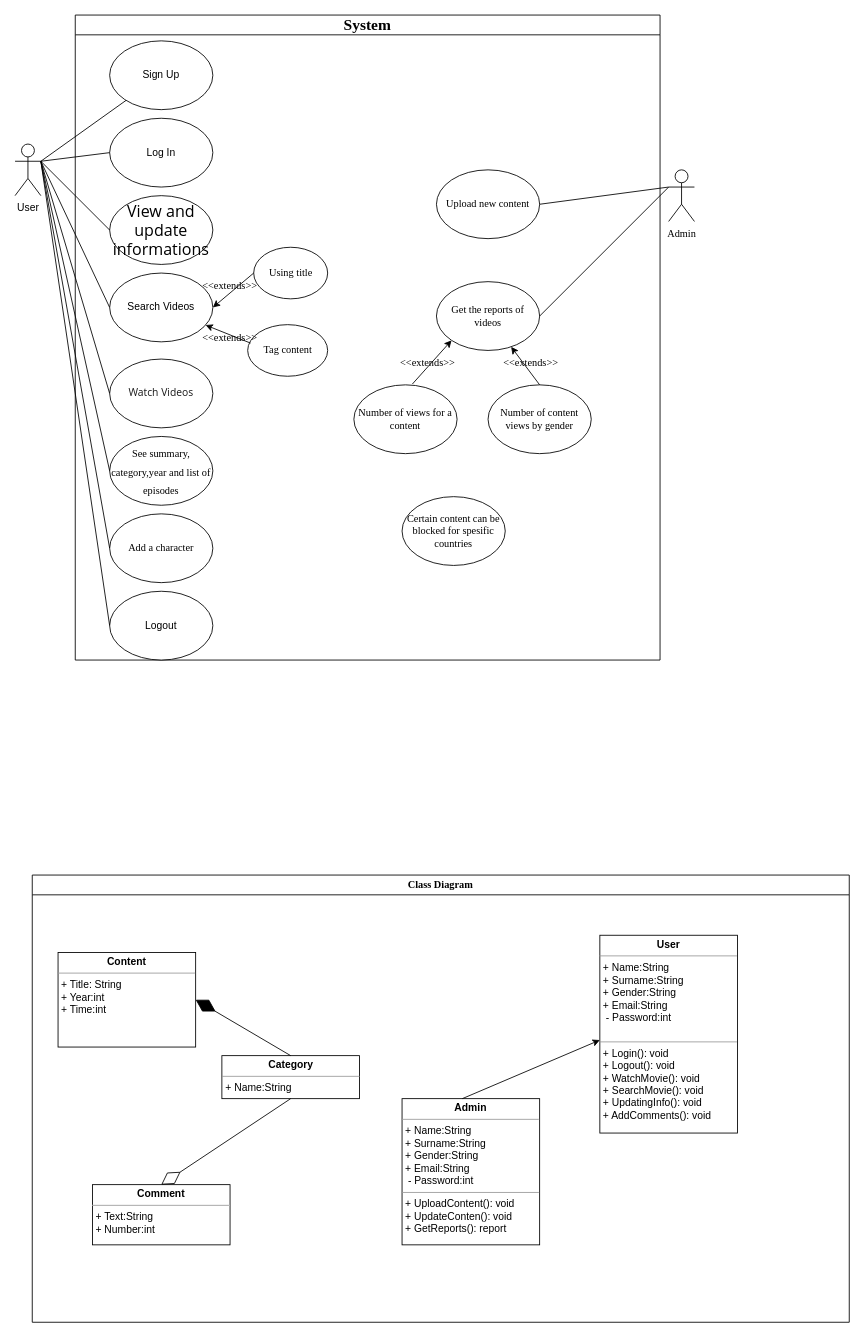
This is Untitled Diagram.drawio from bsryzr/bsryzr, a draw.io file, before an edit. Source tidied: cells renumbered, new cells numbered last; positions are measured from the earlier drawing's top-left corner, leaving out a move shared by most shapes. Both pictures are drawn from the tidied source at 86%, with x=0, y=0 at pixel (15, 15).
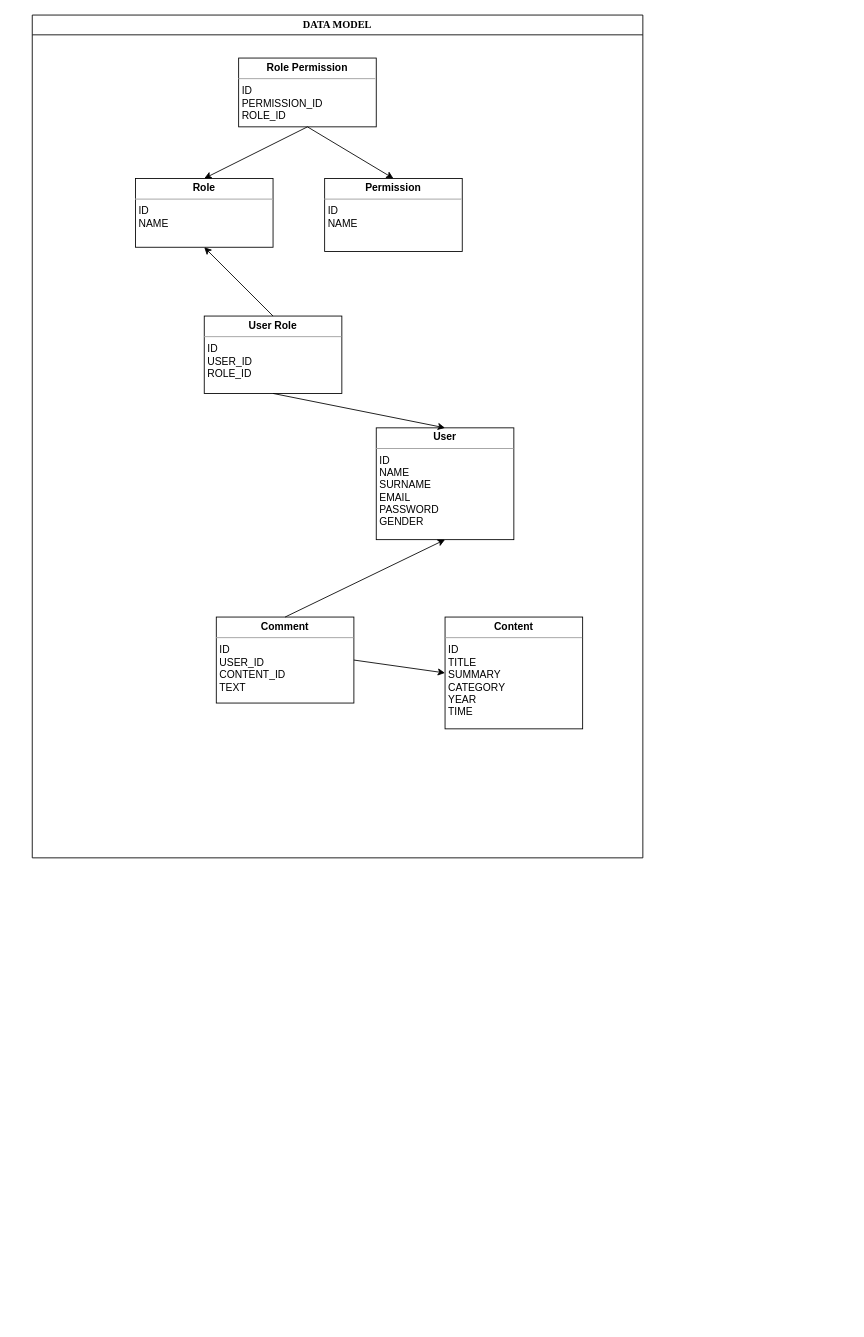
The same diagram, later.

What changed in the source:
```diff
@@
-    <mxCell id="2" value="User" style="shape=umlActor;verticalLabelPosition=bottom;verticalAlign=top;html=1;" parent="1" vertex="1">
-      <mxGeometry y="150" width="30" height="60" as="geometry" />
-    </mxCell>
-    <mxCell id="3" value="&lt;font style=&quot;font-size: 18px;&quot; face=&quot;Times New Roman&quot;&gt;System&lt;/font&gt;" style="swimlane;whiteSpace=wrap;html=1;fontSize=12;" parent="1" vertex="1">
-      <mxGeometry x="70" width="680" height="750" as="geometry" />
-    </mxCell>
-    <mxCell id="4" value="Sign Up" style="ellipse;whiteSpace=wrap;html=1;" parent="3" vertex="1">
-      <mxGeometry x="40" y="30" width="120" height="80" as="geometry" />
-    </mxCell>
-    <mxCell id="5" value="Log In" style="ellipse;whiteSpace=wrap;html=1;" parent="3" vertex="1">
-      <mxGeometry x="40" y="120" width="120" height="80" as="geometry" />
-    </mxCell>
-    <mxCell id="6" value="&lt;span style=&quot;font-size:14.0pt;line-height:&lt;br/&gt;107%;font-family:&amp;quot;Segoe UI&amp;quot;,sans-serif;mso-fareast-font-family:&amp;quot;Times New Roman&amp;quot;;&lt;br/&gt;color:#171717;mso-ansi-language:EN-GB;mso-fareast-language:EN-GB;mso-bidi-language:&lt;br/&gt;AR-SA&quot; lang=&quot;EN-GB&quot;&gt;View and update informations&lt;/span&gt;" style="ellipse;whiteSpace=wrap;html=1;" parent="3" vertex="1">
-      <mxGeometry x="40" y="210" width="120" height="80" as="geometry" />
-    </mxCell>
-    <mxCell id="7" value="&lt;font style=&quot;font-size: 12px;&quot;&gt;See summary, category,year and list of episodes&lt;br&gt;&lt;/font&gt;" style="ellipse;whiteSpace=wrap;html=1;fontFamily=Times New Roman;fontSize=18;" parent="3" vertex="1">
-      <mxGeometry x="40" y="490" width="120" height="80" as="geometry" />
-    </mxCell>
-    <mxCell id="8" value="Logout" style="ellipse;whiteSpace=wrap;html=1;" parent="3" vertex="1">
-      <mxGeometry x="40" y="670" width="120" height="80" as="geometry" />
-    </mxCell>
-    <mxCell id="9" value="Add a character" style="ellipse;whiteSpace=wrap;html=1;fontFamily=Times New Roman;fontSize=12;" parent="3" vertex="1">
-      <mxGeometry x="40" y="580" width="120" height="80" as="geometry" />
-    </mxCell>
-    <mxCell id="10" value="&lt;div&gt;Search Videos&lt;/div&gt;" style="ellipse;whiteSpace=wrap;html=1;" parent="3" vertex="1">
-      <mxGeometry x="40" y="300" width="120" height="80" as="geometry" />
-    </mxCell>
-    <mxCell id="11" value="&lt;font face=&quot;Segoe UI, sans-serif&quot; color=&quot;#171717&quot;&gt;&lt;span style=&quot;font-size: 12px;&quot;&gt;Watch Videos&lt;/span&gt;&lt;/font&gt;" style="ellipse;whiteSpace=wrap;html=1;fontSize=8;" parent="3" vertex="1">
-      <mxGeometry x="40" y="400" width="120" height="80" as="geometry" />
-    </mxCell>
-    <mxCell id="12" value="Upload new content" style="ellipse;whiteSpace=wrap;html=1;fontFamily=Times New Roman;fontSize=12;" parent="3" vertex="1">
-      <mxGeometry x="420" y="180" width="120" height="80" as="geometry" />
-    </mxCell>
-    <mxCell id="13" value="Get the reports of videos" style="ellipse;whiteSpace=wrap;html=1;fontFamily=Times New Roman;fontSize=12;" parent="3" vertex="1">
-      <mxGeometry x="420" y="310" width="120" height="80" as="geometry" />
-    </mxCell>
-    <mxCell id="14" style="endArrow=none;html=1;rounded=0;fontFamily=Times New Roman;fontSize=12;exitX=1;exitY=0.5;exitDx=0;exitDy=0;" parent="3" edge="1" source="13">
-      <mxGeometry relative="1" as="geometry">
-        <mxPoint x="690" y="200" as="targetPoint" />
-      </mxGeometry>
-    </mxCell>
-    <mxCell id="15" style="endArrow=none;html=1;rounded=0;fontFamily=Times New Roman;fontSize=12;exitX=1;exitY=0.5;exitDx=0;exitDy=0;" parent="3" edge="1" source="12">
-      <mxGeometry relative="1" as="geometry">
-        <mxPoint x="690" y="200" as="targetPoint" />
-      </mxGeometry>
-    </mxCell>
-    <mxCell id="16" value="Number of content views by gender" style="ellipse;whiteSpace=wrap;html=1;fontFamily=Times New Roman;fontSize=12;" parent="3" vertex="1">
-      <mxGeometry x="480" y="430" width="120" height="80" as="geometry" />
-    </mxCell>
-    <mxCell id="17" value="Number of views for a content" style="ellipse;whiteSpace=wrap;html=1;fontFamily=Times New Roman;fontSize=12;" parent="3" vertex="1">
-      <mxGeometry x="324" y="430" width="120" height="80" as="geometry" />
-    </mxCell>
-    <mxCell id="18" style="endArrow=classic;html=1;rounded=0;fontFamily=Times New Roman;fontSize=12;exitX=0.567;exitY=-0.012;exitDx=0;exitDy=0;exitPerimeter=0;entryX=0;entryY=1;entryDx=0;entryDy=0;" parent="3" edge="1" source="17" target="13">
-      <mxGeometry relative="1" as="geometry" />
-    </mxCell>
-    <mxCell id="19" style="endArrow=classic;html=1;rounded=0;fontFamily=Times New Roman;fontSize=12;exitX=0.5;exitY=0;exitDx=0;exitDy=0;" parent="3" edge="1" source="16" target="13">
-      <mxGeometry relative="1" as="geometry" />
-    </mxCell>
-    <mxCell id="20" value="&amp;lt;&amp;lt;extends&amp;gt;&amp;gt;" style="text;html=1;strokeColor=none;fillColor=none;align=center;verticalAlign=middle;whiteSpace=wrap;rounded=0;fontFamily=Times New Roman;fontSize=12;" parent="3" vertex="1">
-      <mxGeometry x="380" y="390" width="60" height="30" as="geometry" />
-    </mxCell>
-    <mxCell id="21" value="&amp;lt;&amp;lt;extends&amp;gt;&amp;gt;" style="text;html=1;strokeColor=none;fillColor=none;align=center;verticalAlign=middle;whiteSpace=wrap;rounded=0;fontFamily=Times New Roman;fontSize=12;" parent="3" vertex="1">
-      <mxGeometry x="500" y="390" width="60" height="30" as="geometry" />
-    </mxCell>
-    <mxCell id="22" value="Certain content can be blocked for spesific countries" style="ellipse;whiteSpace=wrap;html=1;fontFamily=Times New Roman;fontSize=12;" parent="3" vertex="1">
-      <mxGeometry x="380" y="560" width="120" height="80" as="geometry" />
-    </mxCell>
-    <mxCell id="23" value="Using title" style="ellipse;whiteSpace=wrap;html=1;fontFamily=Times New Roman;fontSize=12;" parent="3" vertex="1">
-      <mxGeometry x="207.5" y="270" width="86" height="60" as="geometry" />
-    </mxCell>
-    <mxCell id="24" value="Tag content" style="ellipse;whiteSpace=wrap;html=1;fontFamily=Times New Roman;fontSize=12;" parent="3" vertex="1">
-      <mxGeometry x="200.5" y="360" width="93" height="60" as="geometry" />
-    </mxCell>
-    <mxCell id="25" style="endArrow=classic;html=1;rounded=0;fontFamily=Times New Roman;fontSize=12;exitX=0;exitY=0.5;exitDx=0;exitDy=0;entryX=1;entryY=0.5;entryDx=0;entryDy=0;" parent="3" edge="1" source="23" target="10">
-      <mxGeometry relative="1" as="geometry" />
-    </mxCell>
-    <mxCell id="26" style="endArrow=classic;html=1;rounded=0;fontFamily=Times New Roman;fontSize=12;exitX=0.035;exitY=0.357;exitDx=0;exitDy=0;exitPerimeter=0;" parent="3" edge="1" source="24" target="10">
-      <mxGeometry relative="1" as="geometry" />
-    </mxCell>
-    <mxCell id="27" value="&amp;lt;&amp;lt;extends&amp;gt;&amp;gt;" style="text;html=1;strokeColor=none;fillColor=none;align=center;verticalAlign=middle;whiteSpace=wrap;rounded=0;fontFamily=Times New Roman;fontSize=12;" parent="3" vertex="1">
-      <mxGeometry x="150" y="300" width="60" height="30" as="geometry" />
-    </mxCell>
-    <mxCell id="28" value="&amp;lt;&amp;lt;extends&amp;gt;&amp;gt;" style="text;html=1;strokeColor=none;fillColor=none;align=center;verticalAlign=middle;whiteSpace=wrap;rounded=0;fontFamily=Times New Roman;fontSize=12;" parent="3" vertex="1">
-      <mxGeometry x="150" y="360" width="60" height="30" as="geometry" />
-    </mxCell>
-    <mxCell id="29" value="Admin" style="shape=umlActor;verticalLabelPosition=bottom;verticalAlign=top;html=1;fontFamily=Times New Roman;fontSize=12;" parent="1" vertex="1">
-      <mxGeometry x="760" y="180" width="30" height="60" as="geometry" />
-    </mxCell>
-    <mxCell id="30" style="endArrow=none;html=1;rounded=0;fontFamily=Times New Roman;fontSize=12;" parent="1" edge="1" target="4">
-      <mxGeometry relative="1" as="geometry">
-        <mxPoint x="30" y="170" as="sourcePoint" />
-      </mxGeometry>
-    </mxCell>
-    <mxCell id="31" style="endArrow=none;html=1;rounded=0;fontFamily=Times New Roman;fontSize=12;entryX=0;entryY=0.5;entryDx=0;entryDy=0;" parent="1" edge="1" target="6">
-      <mxGeometry relative="1" as="geometry">
-        <mxPoint x="30" y="170" as="sourcePoint" />
-      </mxGeometry>
-    </mxCell>
-    <mxCell id="32" style="endArrow=none;html=1;rounded=0;fontFamily=Times New Roman;fontSize=12;entryX=0;entryY=0.5;entryDx=0;entryDy=0;" parent="1" edge="1" target="10">
-      <mxGeometry x="-0.66" y="-46" relative="1" as="geometry">
-        <mxPoint x="30" y="170" as="sourcePoint" />
-      </mxGeometry>
-    </mxCell>
-    <mxCell id="33" style="endArrow=none;html=1;rounded=0;fontFamily=Times New Roman;fontSize=12;entryX=0;entryY=0.5;entryDx=0;entryDy=0;" parent="1" edge="1" target="11">
-      <mxGeometry relative="1" as="geometry">
-        <mxPoint x="30" y="170" as="sourcePoint" />
-      </mxGeometry>
-    </mxCell>
-    <mxCell id="34" style="endArrow=none;html=1;rounded=0;fontFamily=Times New Roman;fontSize=12;entryX=0;entryY=0.5;entryDx=0;entryDy=0;" parent="1" edge="1" target="5">
-      <mxGeometry relative="1" as="geometry">
-        <mxPoint x="30" y="170" as="sourcePoint" />
-      </mxGeometry>
-    </mxCell>
-    <mxCell id="35" style="endArrow=none;html=1;rounded=0;fontFamily=Times New Roman;fontSize=12;entryX=0;entryY=0.5;entryDx=0;entryDy=0;" parent="1" edge="1" target="7">
-      <mxGeometry relative="1" as="geometry">
-        <mxPoint x="30" y="170" as="sourcePoint" />
-      </mxGeometry>
-    </mxCell>
-    <mxCell id="36" style="endArrow=none;html=1;rounded=0;fontFamily=Times New Roman;fontSize=12;entryX=0;entryY=0.5;entryDx=0;entryDy=0;" parent="1" edge="1" target="9">
-      <mxGeometry relative="1" as="geometry">
-        <mxPoint x="30" y="170" as="sourcePoint" />
-      </mxGeometry>
-    </mxCell>
-    <mxCell id="37" style="endArrow=none;html=1;rounded=0;fontFamily=Times New Roman;fontSize=12;entryX=0;entryY=0.5;entryDx=0;entryDy=0;" parent="1" edge="1" target="8">
-      <mxGeometry relative="1" as="geometry">
-        <mxPoint x="30" y="170" as="sourcePoint" />
-      </mxGeometry>
-    </mxCell>
-    <mxCell id="38" value="Class Diagram" style="swimlane;whiteSpace=wrap;html=1;fontFamily=Times New Roman;fontSize=12;" parent="1" vertex="1">
-      <mxGeometry x="20" y="1000" width="950" height="520" as="geometry" />
-    </mxCell>
-    <mxCell id="39" value="&lt;p style=&quot;margin:0px;margin-top:4px;text-align:center;&quot;&gt;&lt;b&gt;Content&lt;/b&gt;&lt;/p&gt;&lt;hr size=&quot;1&quot;&gt;&lt;p style=&quot;margin:0px;margin-left:4px;&quot;&gt;+ Title: String&lt;/p&gt;&lt;p style=&quot;margin:0px;margin-left:4px;&quot;&gt;+ Year:int&lt;/p&gt;&lt;p style=&quot;margin:0px;margin-left:4px;&quot;&gt;+ Time:int&lt;/p&gt;&lt;p style=&quot;margin:0px;margin-left:4px;&quot;&gt;&lt;br&gt;&lt;/p&gt;" style="verticalAlign=top;align=left;overflow=fill;fontSize=12;fontFamily=Helvetica;html=1;" parent="38" vertex="1">
-      <mxGeometry x="30" y="90" width="160" height="110" as="geometry" />
-    </mxCell>
-    <mxCell id="40" value="&lt;p style=&quot;margin:0px;margin-top:4px;text-align:center;&quot;&gt;&lt;b&gt;Category&lt;/b&gt;&lt;/p&gt;&lt;hr size=&quot;1&quot;&gt;&lt;p style=&quot;margin:0px;margin-left:4px;&quot;&gt;+ Name:String&lt;/p&gt;&lt;hr size=&quot;1&quot;&gt;&lt;p style=&quot;margin:0px;margin-left:4px;&quot;&gt;&lt;br&gt;&lt;/p&gt;" style="verticalAlign=top;align=left;overflow=fill;fontSize=12;fontFamily=Helvetica;html=1;" parent="38" vertex="1">
-      <mxGeometry x="220.5" y="210" width="160" height="50" as="geometry" />
-    </mxCell>
-    <mxCell id="41" style="endArrow=diamondThin;endFill=1;endSize=24;html=1;rounded=0;fontFamily=Times New Roman;fontSize=12;exitX=0.5;exitY=0;exitDx=0;exitDy=0;entryX=1;entryY=0.5;entryDx=0;entryDy=0;" parent="38" edge="1" source="40" target="39">
-      <mxGeometry relative="1" as="geometry" />
-    </mxCell>
-    <mxCell id="42" value="&lt;p style=&quot;margin:0px;margin-top:4px;text-align:center;&quot;&gt;&lt;b&gt;Comment&lt;/b&gt;&lt;/p&gt;&lt;hr size=&quot;1&quot;&gt;&lt;p style=&quot;margin:0px;margin-left:4px;&quot;&gt;+ Text:String&lt;/p&gt;&lt;p style=&quot;margin:0px;margin-left:4px;&quot;&gt;+ Number:int&lt;/p&gt;" style="verticalAlign=top;align=left;overflow=fill;fontSize=12;fontFamily=Helvetica;html=1;" parent="38" vertex="1">
-      <mxGeometry x="70" y="360" width="160" height="70" as="geometry" />
-    </mxCell>
-    <mxCell id="43" style="endArrow=diamondThin;endFill=0;endSize=24;html=1;rounded=0;fontFamily=Times New Roman;fontSize=12;entryX=0.5;entryY=0;entryDx=0;entryDy=0;exitX=0.5;exitY=1;exitDx=0;exitDy=0;" parent="38" edge="1" source="40" target="42">
-      <mxGeometry relative="1" as="geometry" />
-    </mxCell>
-    <mxCell id="44" value="&lt;p style=&quot;margin:0px;margin-top:4px;text-align:center;&quot;&gt;&lt;b&gt;User&lt;/b&gt;&lt;/p&gt;&lt;hr size=&quot;1&quot;&gt;&lt;p style=&quot;margin:0px;margin-left:4px;&quot;&gt;+ Name:String&lt;/p&gt;&lt;p style=&quot;margin:0px;margin-left:4px;&quot;&gt;+ Surname:String&lt;/p&gt;&lt;p style=&quot;margin:0px;margin-left:4px;&quot;&gt;+ Gender:String&lt;/p&gt;&lt;p style=&quot;margin:0px;margin-left:4px;&quot;&gt;+ Email:String&lt;/p&gt;&lt;p style=&quot;margin:0px;margin-left:4px;&quot;&gt;&amp;nbsp;- Password:int&lt;/p&gt;&lt;p style=&quot;margin:0px;margin-left:4px;&quot;&gt;&lt;br&gt;&lt;/p&gt;&lt;hr size=&quot;1&quot;&gt;&lt;p style=&quot;margin:0px;margin-left:4px;&quot;&gt;+ Login(): void&lt;/p&gt;&lt;p style=&quot;margin:0px;margin-left:4px;&quot;&gt;+ Logout(): void&lt;/p&gt;&lt;p style=&quot;margin:0px;margin-left:4px;&quot;&gt;+ WatchMovie(): void&lt;/p&gt;&lt;p style=&quot;margin:0px;margin-left:4px;&quot;&gt;+ SearchMovie(): void&lt;/p&gt;&lt;p style=&quot;margin:0px;margin-left:4px;&quot;&gt;+ UpdatingInfo(): void&lt;/p&gt;&lt;p style=&quot;margin:0px;margin-left:4px;&quot;&gt;+ AddComments(): void&lt;/p&gt;&lt;p style=&quot;margin:0px;margin-left:4px;&quot;&gt;&lt;br&gt;&lt;/p&gt;" style="verticalAlign=top;align=left;overflow=fill;fontSize=12;fontFamily=Helvetica;html=1;" parent="38" vertex="1">
-      <mxGeometry x="660" y="70" width="160" height="230" as="geometry" />
-    </mxCell>
-    <mxCell id="45" value="&lt;p style=&quot;margin:0px;margin-top:4px;text-align:center;&quot;&gt;&lt;b&gt;Admin&lt;/b&gt;&lt;/p&gt;&lt;hr size=&quot;1&quot;&gt;&lt;p style=&quot;margin:0px;margin-left:4px;&quot;&gt;&lt;span style=&quot;background-color: initial;&quot;&gt;+ Name:String&lt;/span&gt;&lt;br&gt;&lt;/p&gt;&lt;p style=&quot;border-color: var(--border-color); margin: 0px 0px 0px 4px;&quot;&gt;+ Surname:String&lt;/p&gt;&lt;p style=&quot;border-color: var(--border-color); margin: 0px 0px 0px 4px;&quot;&gt;+ Gender:String&lt;/p&gt;&lt;p style=&quot;border-color: var(--border-color); margin: 0px 0px 0px 4px;&quot;&gt;+ Email:String&lt;/p&gt;&lt;p style=&quot;border-color: var(--border-color); margin: 0px 0px 0px 4px;&quot;&gt;&amp;nbsp;- Password:int&lt;/p&gt;&lt;hr size=&quot;1&quot;&gt;&lt;p style=&quot;margin:0px;margin-left:4px;&quot;&gt;+ UploadContent(): void&lt;/p&gt;&lt;p style=&quot;margin:0px;margin-left:4px;&quot;&gt;+ UpdateConten(): void&lt;/p&gt;&lt;p style=&quot;margin:0px;margin-left:4px;&quot;&gt;+ GetReports(): report&lt;/p&gt;" style="verticalAlign=top;align=left;overflow=fill;fontSize=12;fontFamily=Helvetica;html=1;" parent="38" vertex="1">
-      <mxGeometry x="430" y="260" width="160" height="170" as="geometry" />
-    </mxCell>
-    <mxCell id="46" style="endArrow=classic;html=1;rounded=0;fontFamily=Times New Roman;fontSize=12;exitX=0.438;exitY=0;exitDx=0;exitDy=0;exitPerimeter=0;entryX=0;entryY=0.53;entryDx=0;entryDy=0;entryPerimeter=0;" parent="38" edge="1" source="45" target="44">
-      <mxGeometry relative="1" as="geometry" />
-    </mxCell>
+    <mxCell id="47" value="&lt;p style=&quot;margin:0px;margin-top:4px;text-align:center;&quot;&gt;&lt;b&gt;Role Permission&lt;/b&gt;&lt;/p&gt;&lt;hr size=&quot;1&quot;&gt;&lt;p style=&quot;margin:0px;margin-left:4px;&quot;&gt;ID&lt;/p&gt;&lt;p style=&quot;margin:0px;margin-left:4px;&quot;&gt;PERMISSION_ID&lt;/p&gt;&lt;p style=&quot;margin:0px;margin-left:4px;&quot;&gt;ROLE_ID&lt;/p&gt;&lt;hr size=&quot;1&quot;&gt;&lt;p style=&quot;margin:0px;margin-left:4px;&quot;&gt;&lt;br&gt;&lt;/p&gt;" style="verticalAlign=top;align=left;overflow=fill;fontSize=12;fontFamily=Helvetica;html=1;" parent="1" vertex="1">
+      <mxGeometry x="260" y="50" width="160" height="80" as="geometry" />
+    </mxCell>
+    <mxCell id="48" value="&lt;p style=&quot;margin:0px;margin-top:4px;text-align:center;&quot;&gt;&lt;b&gt;Comment&lt;/b&gt;&lt;/p&gt;&lt;hr size=&quot;1&quot;&gt;&lt;p style=&quot;margin:0px;margin-left:4px;&quot;&gt;ID&lt;/p&gt;&lt;p style=&quot;margin:0px;margin-left:4px;&quot;&gt;USER_ID&lt;/p&gt;&lt;p style=&quot;margin:0px;margin-left:4px;&quot;&gt;CONTENT_ID&lt;/p&gt;&lt;p style=&quot;margin:0px;margin-left:4px;&quot;&gt;TEXT&lt;/p&gt;&lt;p style=&quot;margin:0px;margin-left:4px;&quot;&gt;&lt;br&gt;&lt;/p&gt;" style="verticalAlign=top;align=left;overflow=fill;fontSize=12;fontFamily=Helvetica;html=1;" parent="1" vertex="1">
+      <mxGeometry x="234" y="700" width="160" height="100" as="geometry" />
+    </mxCell>
+    <mxCell id="49" value="&lt;p style=&quot;margin:0px;margin-top:4px;text-align:center;&quot;&gt;&lt;b&gt;User&lt;/b&gt;&lt;/p&gt;&lt;hr size=&quot;1&quot;&gt;&lt;p style=&quot;margin:0px;margin-left:4px;&quot;&gt;ID&lt;/p&gt;&lt;p style=&quot;margin:0px;margin-left:4px;&quot;&gt;NAME&lt;/p&gt;&lt;p style=&quot;margin:0px;margin-left:4px;&quot;&gt;SURNAME&lt;/p&gt;&lt;p style=&quot;margin:0px;margin-left:4px;&quot;&gt;EMAIL&lt;/p&gt;&lt;p style=&quot;margin:0px;margin-left:4px;&quot;&gt;PASSWORD&lt;/p&gt;&lt;p style=&quot;margin:0px;margin-left:4px;&quot;&gt;GENDER&lt;/p&gt;&lt;p style=&quot;margin:0px;margin-left:4px;&quot;&gt;&lt;br&gt;&lt;/p&gt;" style="verticalAlign=top;align=left;overflow=fill;fontSize=12;fontFamily=Helvetica;html=1;" parent="1" vertex="1">
+      <mxGeometry x="420" y="480" width="160" height="130" as="geometry" />
+    </mxCell>
+    <mxCell id="50" value="&lt;p style=&quot;margin:0px;margin-top:4px;text-align:center;&quot;&gt;&lt;b&gt;User Role&lt;/b&gt;&lt;/p&gt;&lt;hr size=&quot;1&quot;&gt;&lt;p style=&quot;margin:0px;margin-left:4px;&quot;&gt;ID&lt;/p&gt;&lt;p style=&quot;margin:0px;margin-left:4px;&quot;&gt;USER_ID&lt;/p&gt;&lt;p style=&quot;margin:0px;margin-left:4px;&quot;&gt;ROLE_ID&lt;/p&gt;" style="verticalAlign=top;align=left;overflow=fill;fontSize=12;fontFamily=Helvetica;html=1;" parent="1" vertex="1">
+      <mxGeometry x="220" y="350" width="160" height="90" as="geometry" />
+    </mxCell>
+    <mxCell id="51" value="DATA MODEL" style="swimlane;whiteSpace=wrap;html=1;fontFamily=Times New Roman;fontSize=12;" parent="1" vertex="1">
+      <mxGeometry x="20" width="710" height="980" as="geometry" />
+    </mxCell>
+    <mxCell id="52" value="&lt;p style=&quot;margin:0px;margin-top:4px;text-align:center;&quot;&gt;&lt;b&gt;Permission&lt;/b&gt;&lt;/p&gt;&lt;hr size=&quot;1&quot;&gt;&lt;p style=&quot;margin:0px;margin-left:4px;&quot;&gt;ID&lt;/p&gt;&lt;p style=&quot;margin:0px;margin-left:4px;&quot;&gt;NAME&lt;/p&gt;" style="verticalAlign=top;align=left;overflow=fill;fontSize=12;fontFamily=Helvetica;html=1;" parent="51" vertex="1">
+      <mxGeometry x="340" y="190" width="160" height="85" as="geometry" />
+    </mxCell>
+    <mxCell id="53" value="&lt;p style=&quot;margin:0px;margin-top:4px;text-align:center;&quot;&gt;&lt;b&gt;Role&lt;/b&gt;&lt;/p&gt;&lt;hr size=&quot;1&quot;&gt;&lt;p style=&quot;margin:0px;margin-left:4px;&quot;&gt;ID&lt;/p&gt;&lt;p style=&quot;margin:0px;margin-left:4px;&quot;&gt;NAME&lt;/p&gt;" style="verticalAlign=top;align=left;overflow=fill;fontSize=12;fontFamily=Helvetica;html=1;" parent="51" vertex="1">
+      <mxGeometry x="120" y="190" width="160" height="80" as="geometry" />
+    </mxCell>
+    <mxCell id="54" style="edgeStyle=orthogonalEdgeStyle;rounded=0;orthogonalLoop=1;jettySize=auto;html=1;exitX=0.5;exitY=1;exitDx=0;exitDy=0;fontFamily=Times New Roman;fontSize=12;" parent="51" edge="1" source="53" target="53">
+      <mxGeometry relative="1" as="geometry" />
+    </mxCell>
+    <mxCell id="55" value="&lt;p style=&quot;margin:0px;margin-top:4px;text-align:center;&quot;&gt;&lt;b&gt;Content&lt;/b&gt;&lt;/p&gt;&lt;hr size=&quot;1&quot;&gt;&lt;p style=&quot;margin:0px;margin-left:4px;&quot;&gt;ID&lt;/p&gt;&lt;p style=&quot;margin:0px;margin-left:4px;&quot;&gt;TITLE&lt;/p&gt;&lt;p style=&quot;margin:0px;margin-left:4px;&quot;&gt;SUMMARY&lt;/p&gt;&lt;p style=&quot;margin:0px;margin-left:4px;&quot;&gt;CATEGORY&lt;/p&gt;&lt;p style=&quot;margin:0px;margin-left:4px;&quot;&gt;YEAR&lt;/p&gt;&lt;p style=&quot;margin:0px;margin-left:4px;&quot;&gt;TIME&lt;/p&gt;&lt;p style=&quot;margin:0px;margin-left:4px;&quot;&gt;&lt;br&gt;&lt;/p&gt;" style="verticalAlign=top;align=left;overflow=fill;fontSize=12;fontFamily=Helvetica;html=1;" parent="51" vertex="1">
+      <mxGeometry x="480" y="700" width="160" height="130" as="geometry" />
+    </mxCell>
+    <mxCell id="56" style="endArrow=classic;html=1;rounded=0;fontFamily=Times New Roman;fontSize=12;exitX=0.5;exitY=1;exitDx=0;exitDy=0;entryX=0.5;entryY=0;entryDx=0;entryDy=0;" parent="1" edge="1" source="47" target="52">
+      <mxGeometry relative="1" as="geometry" />
+    </mxCell>
+    <mxCell id="57" style="endArrow=classic;html=1;rounded=0;fontFamily=Times New Roman;fontSize=12;entryX=0.5;entryY=0;entryDx=0;entryDy=0;exitX=0.5;exitY=1;exitDx=0;exitDy=0;" parent="1" edge="1" source="47" target="53">
+      <mxGeometry relative="1" as="geometry" />
+    </mxCell>
+    <mxCell id="58" style="endArrow=classic;html=1;rounded=0;fontFamily=Times New Roman;fontSize=12;exitX=0.5;exitY=0;exitDx=0;exitDy=0;entryX=0.5;entryY=1;entryDx=0;entryDy=0;" parent="1" edge="1" source="50" target="53">
+      <mxGeometry relative="1" as="geometry" />
+    </mxCell>
+    <mxCell id="59" style="endArrow=classic;html=1;rounded=0;fontFamily=Times New Roman;fontSize=12;exitX=0.5;exitY=1;exitDx=0;exitDy=0;entryX=0.5;entryY=0;entryDx=0;entryDy=0;" parent="1" edge="1" source="50" target="49">
+      <mxGeometry relative="1" as="geometry" />
+    </mxCell>
+    <mxCell id="60" style="endArrow=classic;html=1;rounded=0;fontFamily=Times New Roman;fontSize=12;exitX=0.5;exitY=0;exitDx=0;exitDy=0;entryX=0.5;entryY=1;entryDx=0;entryDy=0;" parent="1" edge="1" source="48" target="49">
+      <mxGeometry relative="1" as="geometry" />
+    </mxCell>
+    <mxCell id="61" style="endArrow=classic;html=1;rounded=0;fontFamily=Times New Roman;fontSize=12;exitX=1;exitY=0.5;exitDx=0;exitDy=0;entryX=0;entryY=0.5;entryDx=0;entryDy=0;" parent="1" edge="1" source="48" target="55">
+      <mxGeometry relative="1" as="geometry" />
+    </mxCell>
```
